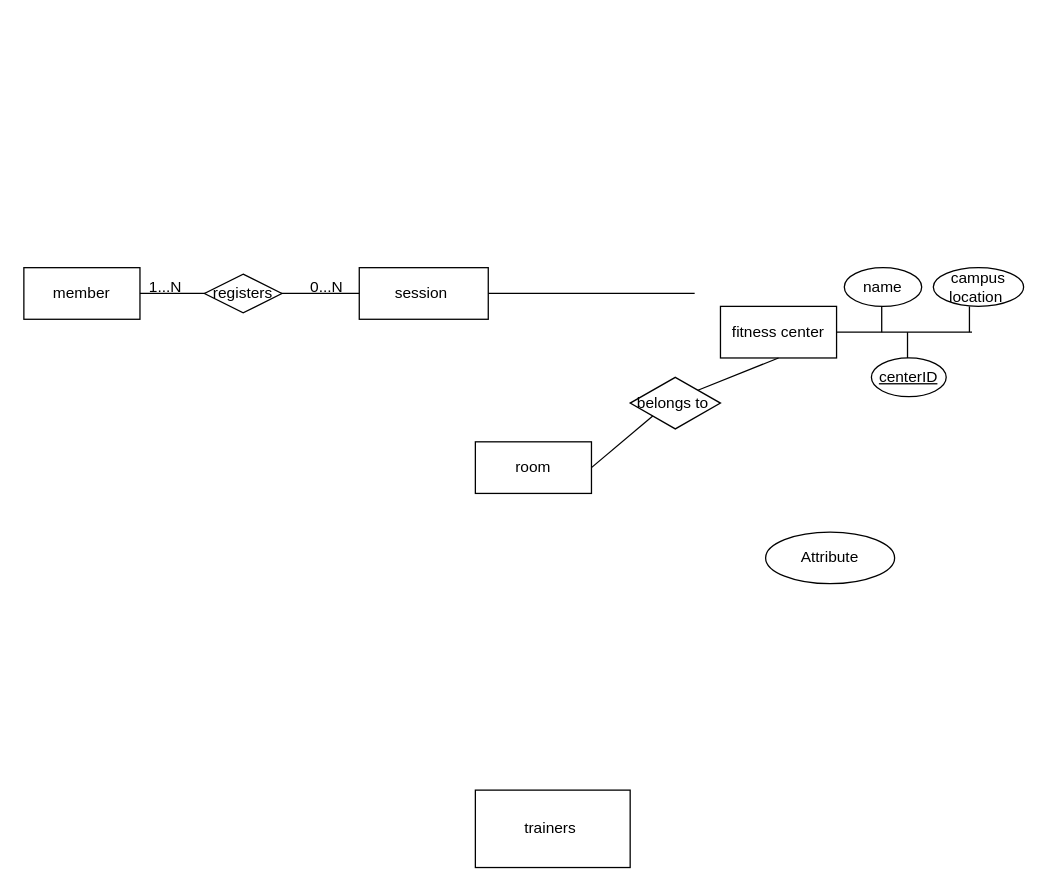
victoriapuck15/ERdiagrams- keeps this draw.io diagram as fitness_Club_Extension.drawio. Above is the earlier version. Source tidied: cells renumbered, new cells numbered last; positions are measured from the earlier drawing's top-left corner, leaving out a move shared by most shapes. Both pictures are drawn from the tidied source at 129%, with x=0, y=0 at pixel (23, 267).
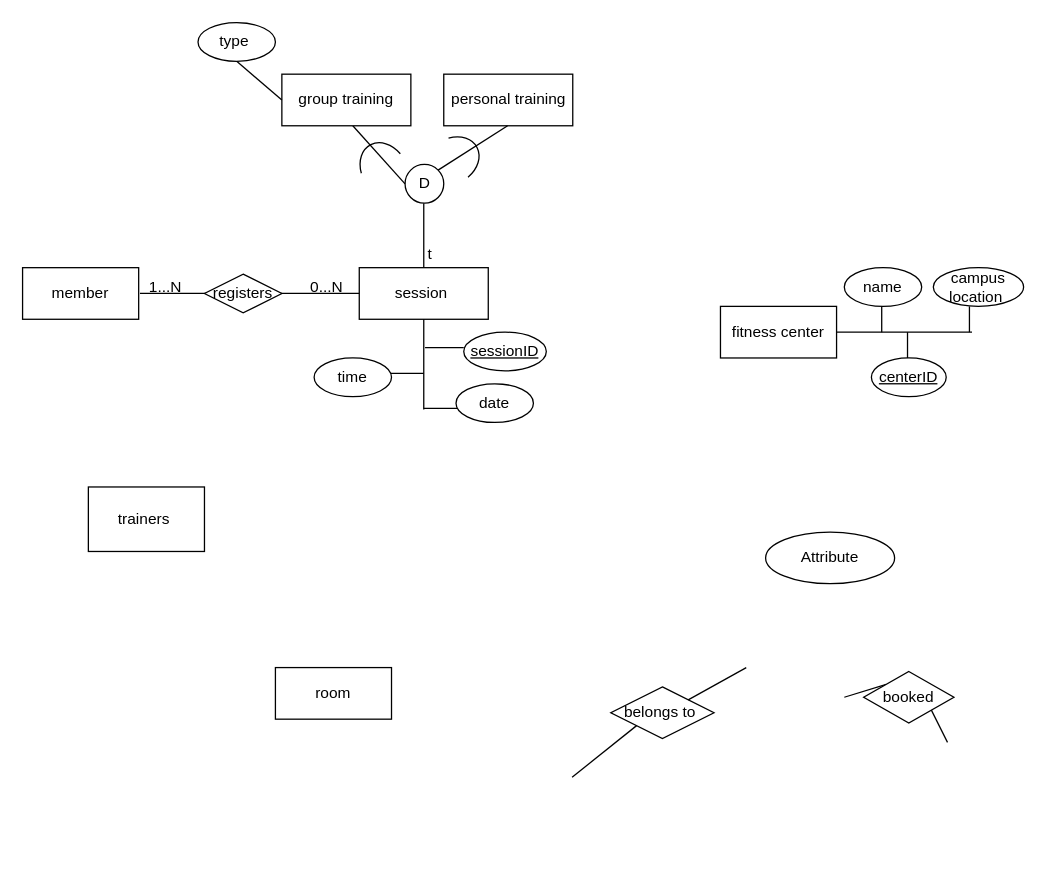
The same diagram, later.

Unchanged cells that the change refers to:
```xml
<mxCell id="3" value="session&amp;nbsp;" style="whiteSpace=wrap;html=1;" parent="1" vertex="1">
  <mxGeometry x="260" width="100" height="40" as="geometry" />
</mxCell>
<mxCell id="11" value="fitness center" style="rounded=0;whiteSpace=wrap;html=1;" parent="1" vertex="1">
  <mxGeometry x="540" y="30" width="90" height="40" as="geometry" />
</mxCell>
```

What changed in the source:
```diff
@@
     <mxCell id="2" value="member" style="rounded=0;whiteSpace=wrap;html=1;" parent="1" vertex="1">
-      <mxGeometry width="90" height="40" as="geometry" />
+      <mxGeometry x="-1" width="90" height="40" as="geometry" />
     </mxCell>
@@
     <mxCell id="4" value="room" style="whiteSpace=wrap;html=1;" parent="1" vertex="1">
-      <mxGeometry x="350" y="135" width="90" height="40" as="geometry" />
+      <mxGeometry x="195" y="310" width="90" height="40" as="geometry" />
     </mxCell>
     <mxCell id="5" value="trainers&amp;nbsp;&lt;br&gt;" style="whiteSpace=wrap;html=1;" parent="1" vertex="1">
-      <mxGeometry x="350" y="405" width="120" height="60" as="geometry" />
+      <mxGeometry x="50" y="170" width="90" height="50" as="geometry" />
     </mxCell>
-    <mxCell id="6" style="endArrow=none;html=1;rounded=0;exitX=1;exitY=0.5;exitDx=0;exitDy=0;entryX=0;entryY=0.5;entryDx=0;entryDy=0;" parent="1" edge="1" source="2" target="3">
-      <mxGeometry relative="1" as="geometry" />
+    <mxCell id="6" style="endArrow=none;html=1;rounded=0;exitX=1;exitY=0.5;exitDx=0;exitDy=0;entryX=0;entryY=0.5;entryDx=0;entryDy=0;" parent="1" edge="1" target="3">
+      <mxGeometry relative="1" as="geometry">
+        <mxPoint x="90" y="20" as="sourcePoint" />
+      </mxGeometry>
     </mxCell>
@@
-    <mxCell id="10" style="endArrow=none;html=1;rounded=0;exitX=1;exitY=0.5;exitDx=0;exitDy=0;" parent="1" edge="1" source="3">
-      <mxGeometry relative="1" as="geometry">
-        <mxPoint x="520" y="20" as="targetPoint" />
-      </mxGeometry>
-    </mxCell>
@@
     <mxCell id="20" value="belongs to&amp;nbsp;" style="shape=rhombus;perimeter=rhombusPerimeter;whiteSpace=wrap;html=1;align=center;" parent="1" vertex="1">
-      <mxGeometry x="470" y="85" width="70" height="40" as="geometry" />
+      <mxGeometry x="455" y="325" width="80" height="40" as="geometry" />
     </mxCell>
-    <mxCell id="21" style="endArrow=none;html=1;rounded=0;entryX=0;entryY=1;entryDx=0;entryDy=0;exitX=1;exitY=0.5;exitDx=0;exitDy=0;" parent="1" edge="1" source="4" target="20">
-      <mxGeometry relative="1" as="geometry" />
+    <mxCell id="21" style="endArrow=none;html=1;rounded=0;entryX=0;entryY=1;entryDx=0;entryDy=0;exitX=1;exitY=0.5;exitDx=0;exitDy=0;" parent="1" edge="1" target="20">
+      <mxGeometry relative="1" as="geometry">
+        <mxPoint x="425" y="395" as="sourcePoint" />
+      </mxGeometry>
     </mxCell>
-    <mxCell id="22" style="endArrow=none;html=1;rounded=0;entryX=0.5;entryY=1;entryDx=0;entryDy=0;exitX=1;exitY=0;exitDx=0;exitDy=0;" parent="1" edge="1" source="20" target="11">
-      <mxGeometry relative="1" as="geometry" />
+    <mxCell id="22" style="endArrow=none;html=1;rounded=0;exitX=1;exitY=0;exitDx=0;exitDy=0;" parent="1" edge="1" source="20">
+      <mxGeometry relative="1" as="geometry">
+        <mxPoint x="560" y="310" as="targetPoint" />
+      </mxGeometry>
     </mxCell>
+    <mxCell id="23" style="endArrow=none;html=1;rounded=0;exitX=0;exitY=0;exitDx=0;exitDy=0;" parent="1" edge="1" source="24">
+      <mxGeometry relative="1" as="geometry">
+        <mxPoint x="636" y="333" as="targetPoint" />
+      </mxGeometry>
+    </mxCell>
+    <mxCell id="24" value="booked" style="shape=rhombus;perimeter=rhombusPerimeter;whiteSpace=wrap;html=1;align=center;" parent="1" vertex="1">
+      <mxGeometry x="651" y="313" width="70" height="40" as="geometry" />
+    </mxCell>
+    <mxCell id="25" style="endArrow=none;html=1;rounded=0;entryX=1;entryY=1;entryDx=0;entryDy=0;" parent="1" edge="1" target="24">
+      <mxGeometry relative="1" as="geometry">
+        <mxPoint x="716" y="368" as="sourcePoint" />
+      </mxGeometry>
+    </mxCell>
+    <mxCell id="26" style="endArrow=none;html=1;rounded=0;exitX=0.5;exitY=0;exitDx=0;exitDy=0;" parent="1" edge="1" source="3">
+      <mxGeometry relative="1" as="geometry">
+        <mxPoint x="310" y="-50" as="targetPoint" />
+      </mxGeometry>
+    </mxCell>
+    <mxCell id="27" value="D" style="ellipse;whiteSpace=wrap;html=1;" parent="1" vertex="1">
+      <mxGeometry x="295.5" y="-80" width="30" height="30" as="geometry" />
+    </mxCell>
+    <mxCell id="28" style="endArrow=none;html=1;rounded=0;entryX=0;entryY=0.5;entryDx=0;entryDy=0;" parent="1" edge="1" target="27">
+      <mxGeometry relative="1" as="geometry">
+        <mxPoint x="255" y="-110" as="sourcePoint" />
+      </mxGeometry>
+    </mxCell>
+    <mxCell id="29" value="group training" style="whiteSpace=wrap;html=1;" parent="1" vertex="1">
+      <mxGeometry x="200" y="-150" width="100" height="40" as="geometry" />
+    </mxCell>
+    <mxCell id="30" value="personal training" style="whiteSpace=wrap;html=1;" parent="1" vertex="1">
+      <mxGeometry x="325.5" y="-150" width="100" height="40" as="geometry" />
+    </mxCell>
+    <mxCell id="31" value="t" style="text;html=1;strokeColor=none;fillColor=none;align=center;verticalAlign=middle;whiteSpace=wrap;rounded=0;" parent="1" vertex="1">
+      <mxGeometry x="285" y="-25" width="60" height="30" as="geometry" />
+    </mxCell>
+    <mxCell id="32" style="verticalLabelPosition=bottom;verticalAlign=top;html=1;shape=mxgraph.basic.arc;startAngle=0.3;endAngle=0.7148540097206723;rotation=-210;" parent="1" vertex="1">
+      <mxGeometry x="262" y="-98" width="35" height="45" as="geometry" />
+    </mxCell>
+    <mxCell id="33" style="endArrow=none;html=1;rounded=0;entryX=1;entryY=0;entryDx=0;entryDy=0;" parent="1" edge="1" target="27">
+      <mxGeometry relative="1" as="geometry">
+        <mxPoint x="375" y="-110" as="sourcePoint" />
+      </mxGeometry>
+    </mxCell>
+    <mxCell id="34" style="verticalLabelPosition=bottom;verticalAlign=top;html=1;shape=mxgraph.basic.arc;startAngle=0.3;endAngle=0.7148540097206723;rotation=-120;" parent="1" vertex="1">
+      <mxGeometry x="314" y="-105" width="35" height="45" as="geometry" />
+    </mxCell>
+    <mxCell id="35" style="endArrow=none;html=1;rounded=0;entryX=0.5;entryY=1;entryDx=0;entryDy=0;" parent="1" edge="1" target="3">
+      <mxGeometry relative="1" as="geometry">
+        <mxPoint x="310" y="110" as="sourcePoint" />
+      </mxGeometry>
+    </mxCell>
+    <mxCell id="36" style="endArrow=none;html=1;rounded=0;" parent="1" edge="1">
+      <mxGeometry relative="1" as="geometry">
+        <mxPoint x="311" y="62" as="sourcePoint" />
+        <mxPoint x="341" y="62" as="targetPoint" />
+      </mxGeometry>
+    </mxCell>
+    <mxCell id="37" style="endArrow=none;html=1;rounded=0;" parent="1" edge="1">
+      <mxGeometry relative="1" as="geometry">
+        <mxPoint x="310" y="109" as="sourcePoint" />
+        <mxPoint x="340" y="109" as="targetPoint" />
+      </mxGeometry>
+    </mxCell>
+    <mxCell id="38" style="endArrow=none;html=1;rounded=0;" parent="1" edge="1">
+      <mxGeometry relative="1" as="geometry">
+        <mxPoint x="280" y="82" as="sourcePoint" />
+        <mxPoint x="310" y="82" as="targetPoint" />
+      </mxGeometry>
+    </mxCell>
+    <mxCell id="39" value="&lt;u&gt;sessionID&lt;/u&gt;" style="ellipse;whiteSpace=wrap;html=1;align=center;" parent="1" vertex="1">
+      <mxGeometry x="341" y="50" width="64" height="30" as="geometry" />
+    </mxCell>
+    <mxCell id="40" value="date" style="ellipse;whiteSpace=wrap;html=1;align=center;" parent="1" vertex="1">
+      <mxGeometry x="335" y="90" width="60" height="30" as="geometry" />
+    </mxCell>
+    <mxCell id="41" value="time" style="ellipse;whiteSpace=wrap;html=1;align=center;" parent="1" vertex="1">
+      <mxGeometry x="225" y="70" width="60" height="30" as="geometry" />
+    </mxCell>
+    <mxCell id="42" style="endArrow=none;html=1;rounded=0;exitX=0.5;exitY=1;exitDx=0;exitDy=0;entryX=0;entryY=0.5;entryDx=0;entryDy=0;" parent="1" edge="1" source="43" target="29">
+      <mxGeometry relative="1" as="geometry" />
+    </mxCell>
+    <mxCell id="43" value="type&amp;nbsp;" style="ellipse;whiteSpace=wrap;html=1;align=center;" parent="1" vertex="1">
+      <mxGeometry x="135" y="-190" width="60" height="30" as="geometry" />
+    </mxCell>
```
